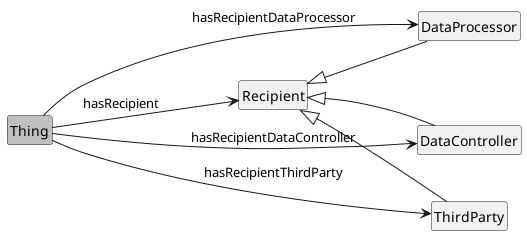
jeswr/dpv keeps this PlantUML diagram as media/overview_Recipient.png. Above is the earlier version.
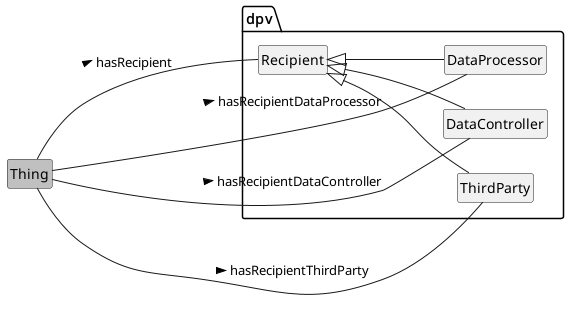
Later version of the same file.

Change to the diagram source:
```diff
@@ -3,19 +3,20 @@
 left to right direction
 
 class Thing #silver
-class DataProcessor
-class DataController
-class ThirdParty
-class Recipient
-
+package dpv {
+	class DataProcessor
+	class DataController
+	class ThirdParty
+	class Recipient
+}
 Recipient <|-- ThirdParty
 Recipient <|-- DataController
 Recipient <|-- DataProcessor
 
-Thing --> Recipient : hasRecipient
-Thing --> DataController: hasRecipientDataController
-Thing --> DataProcessor: hasRecipientDataProcessor
-Thing --> ThirdParty : hasRecipientThirdParty
+Thing -- Recipient : hasRecipient >
+Thing -- DataController: hasRecipientDataController >
+Thing -- DataProcessor: hasRecipientDataProcessor >
+Thing -- ThirdParty : hasRecipientThirdParty >
 
 
 @enduml
```
